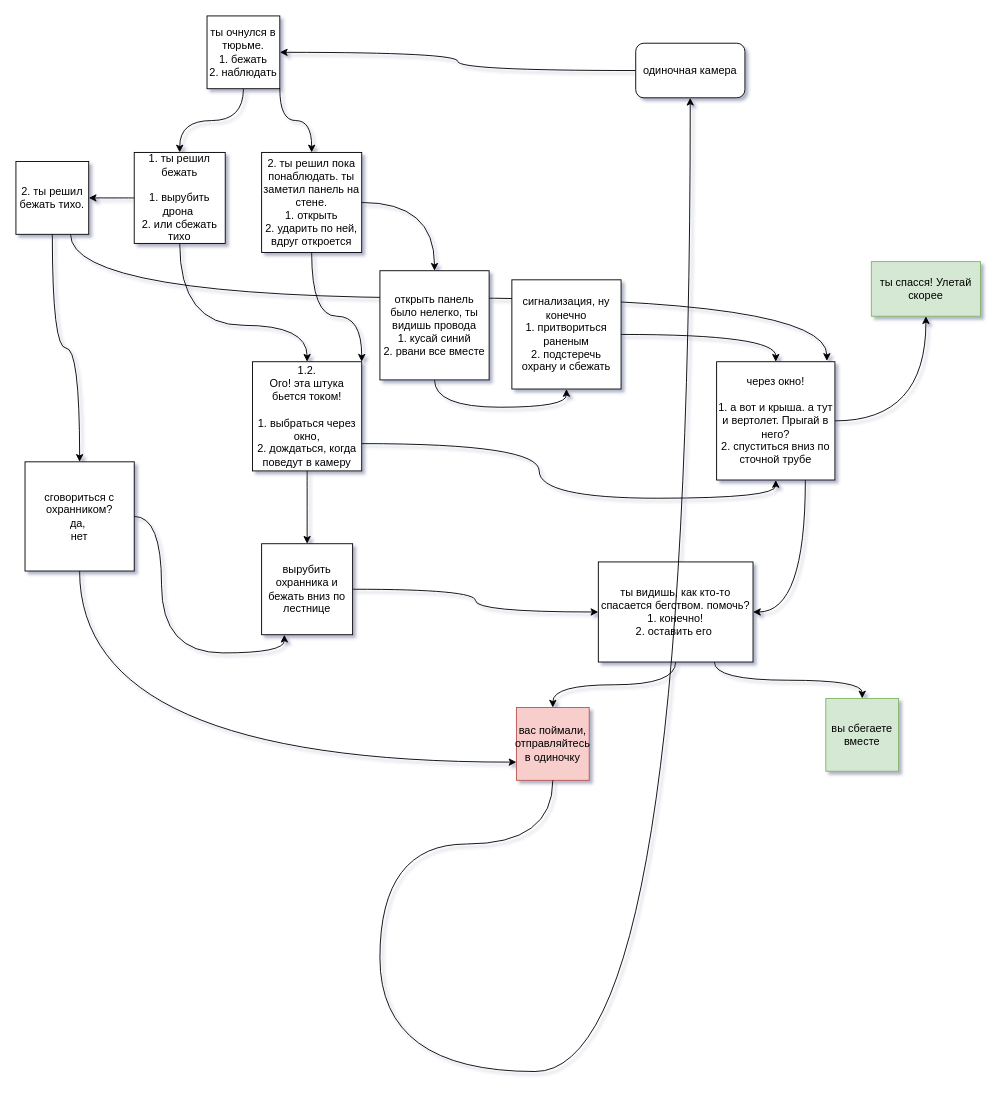
This is Untitled Diagram.drawio from Cogwheeleanna/My-Text-Game, a draw.io file, before an edit. Source tidied: cells renumbered, new cells numbered last; positions are measured from the earlier drawing's top-left corner, leaving out a move shared by most shapes. Both pictures are drawn from the tidied source at 91%, with x=0, y=0 at pixel (15, 15).
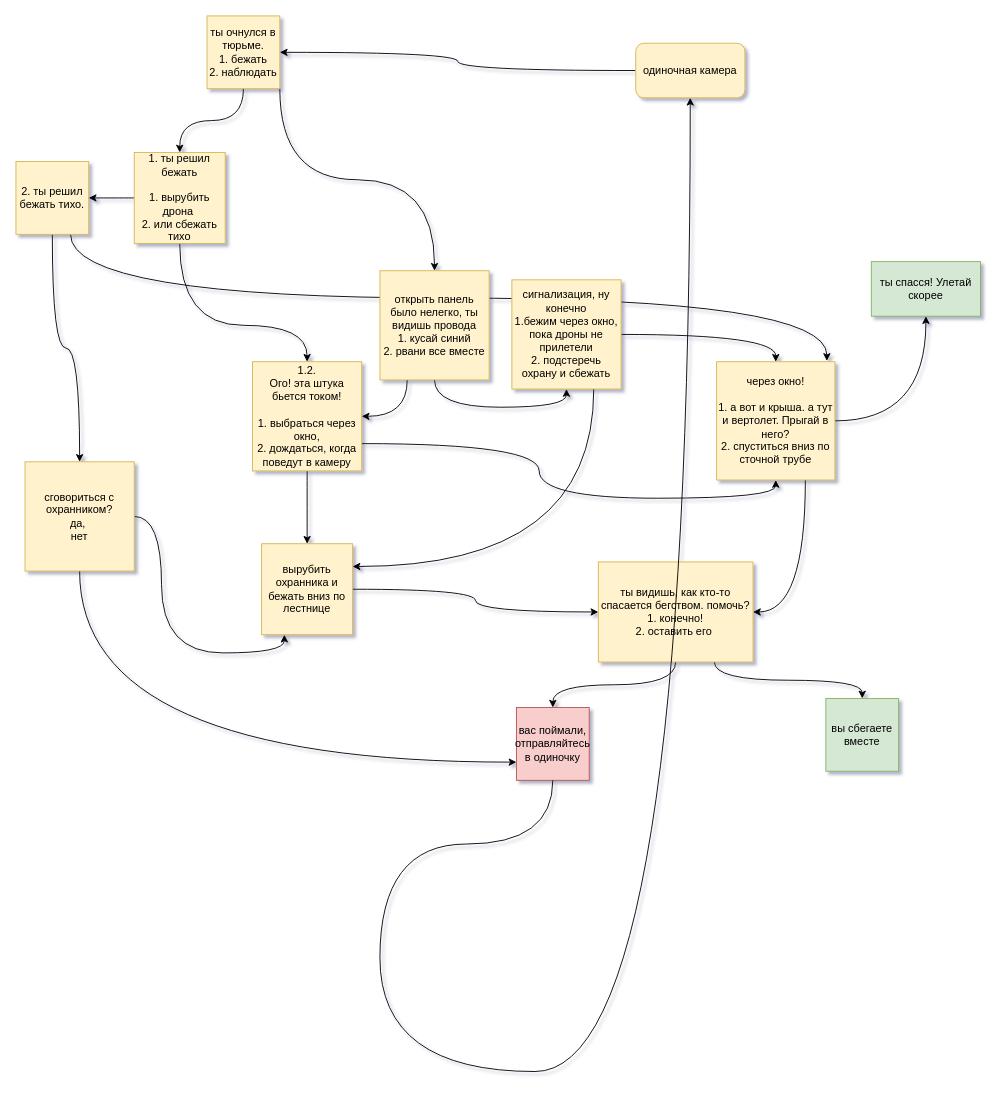
The same diagram, later.

What changed in the source:
```diff
@@
-    <mxCell id="3" style="edgeStyle=orthogonalEdgeStyle;jettySize=auto;html=1;exitX=1;exitY=1;exitDx=0;exitDy=0;curved=1;" parent="1" edge="1" source="4" target="15">
-      <mxGeometry relative="1" as="geometry" />
-    </mxCell>
+    <mxCell id="38" style="edgeStyle=orthogonalEdgeStyle;curved=1;rounded=0;jettySize=auto;html=1;exitX=1;exitY=1;exitDx=0;exitDy=0;" parent="1" edge="1" source="4" target="12">
+      <mxGeometry relative="1" as="geometry" />
+    </mxCell>
-    <mxCell id="4" value="ты очнулся в тюрьме.&lt;br&gt;1. бежать&lt;br&gt;2. наблюдать" style="whiteSpace=wrap;html=1;" parent="1" vertex="1">
+    <mxCell id="4" value="ты очнулся в тюрьме.&lt;br&gt;1. бежать&lt;br&gt;2. наблюдать" style="whiteSpace=wrap;html=1;fillColor=#fff2cc;strokeColor=#d6b656;" parent="1" vertex="1">
       <mxGeometry x="210" width="80" height="80" as="geometry" />
     </mxCell>
@@
-    <mxCell id="7" value="2. ты решил бежать тихо." style="whiteSpace=wrap;html=1;" parent="1" vertex="1">
+    <mxCell id="7" value="2. ты решил бежать тихо." style="whiteSpace=wrap;html=1;fillColor=#fff2cc;strokeColor=#d6b656;" parent="1" vertex="1">
       <mxGeometry y="160" width="80" height="80" as="geometry" />
     </mxCell>
@@
-    <mxCell id="10" value="1. ты решил бежать&lt;br&gt;&lt;br&gt;1. вырубить дрона&amp;nbsp;&lt;br&gt;2. или сбежать тихо" style="whiteSpace=wrap;html=1;" parent="1" vertex="1">
+    <mxCell id="10" value="1. ты решил бежать&lt;br&gt;&lt;br&gt;1. вырубить дрона&amp;nbsp;&lt;br&gt;2. или сбежать тихо" style="whiteSpace=wrap;html=1;fillColor=#fff2cc;strokeColor=#d6b656;" parent="1" vertex="1">
       <mxGeometry x="130" y="150" width="100" height="100" as="geometry" />
     </mxCell>
@@
+    <mxCell id="39" style="edgeStyle=orthogonalEdgeStyle;curved=1;rounded=0;jettySize=auto;html=1;exitX=0.25;exitY=1;exitDx=0;exitDy=0;" parent="1" edge="1" source="12" target="18">
+      <mxGeometry relative="1" as="geometry" />
+    </mxCell>
-    <mxCell id="12" value="открыть панель было нелегко, ты видишь провода&lt;br&gt;1. кусай синий&lt;br&gt;2. рвани все вместе" style="whiteSpace=wrap;html=1;" parent="1" vertex="1">
+    <mxCell id="12" value="открыть панель было нелегко, ты видишь провода&lt;br&gt;1. кусай синий&lt;br&gt;2. рвани все вместе" style="whiteSpace=wrap;html=1;fillColor=#fff2cc;strokeColor=#d6b656;" parent="1" vertex="1">
       <mxGeometry x="400" y="280" width="120" height="120" as="geometry" />
     </mxCell>
-    <mxCell id="13" style="edgeStyle=orthogonalEdgeStyle;jettySize=auto;html=1;exitX=0.5;exitY=1;exitDx=0;exitDy=0;entryX=1;entryY=0;entryDx=0;entryDy=0;curved=1;" parent="1" edge="1" source="15" target="18">
-      <mxGeometry relative="1" as="geometry">
-        <Array as="points">
-          <mxPoint x="325" y="330" />
-          <mxPoint x="380" y="330" />
-        </Array>
-      </mxGeometry>
-    </mxCell>
-    <mxCell id="14" style="edgeStyle=orthogonalEdgeStyle;curved=1;rounded=0;jettySize=auto;html=1;exitX=1;exitY=0.5;exitDx=0;exitDy=0;entryX=0.5;entryY=0;entryDx=0;entryDy=0;" parent="1" edge="1" source="15" target="12">
-      <mxGeometry relative="1" as="geometry" />
-    </mxCell>
-    <mxCell id="15" value="2. ты решил пока понаблюдать. ты заметил панель на стене. &lt;br&gt;1. открыть&lt;br&gt;2. ударить по ней, вдруг откроется" style="whiteSpace=wrap;html=1;" parent="1" vertex="1">
-      <mxGeometry x="270" y="150" width="110" height="110" as="geometry" />
-    </mxCell>
@@
-    <mxCell id="18" value="1.2.&lt;br&gt;Ого! эта штука бьется током!&lt;br&gt;&lt;br&gt;1. выбраться через окно,&lt;br&gt;2. дождаться, когда поведут в камеру" style="whiteSpace=wrap;html=1;" parent="1" vertex="1">
+    <mxCell id="18" value="1.2.&lt;br&gt;Ого! эта штука бьется током!&lt;br&gt;&lt;br&gt;1. выбраться через окно,&lt;br&gt;2. дождаться, когда поведут в камеру" style="whiteSpace=wrap;html=1;fillColor=#fff2cc;strokeColor=#d6b656;" parent="1" vertex="1">
       <mxGeometry x="260" y="380" width="120" height="120" as="geometry" />
     </mxCell>
@@
-    <mxCell id="21" value="сговориться с охранником?&lt;br&gt;да,&amp;nbsp;&lt;br&gt;нет" style="whiteSpace=wrap;html=1;" parent="1" vertex="1">
+    <mxCell id="21" value="сговориться с охранником?&lt;br&gt;да,&amp;nbsp;&lt;br&gt;нет" style="whiteSpace=wrap;html=1;fillColor=#fff2cc;strokeColor=#d6b656;" parent="1" vertex="1">
       <mxGeometry x="10" y="490" width="120" height="120" as="geometry" />
     </mxCell>
@@
+    <mxCell id="40" style="edgeStyle=orthogonalEdgeStyle;curved=1;rounded=0;jettySize=auto;html=1;exitX=0.75;exitY=1;exitDx=0;exitDy=0;entryX=1;entryY=0.25;entryDx=0;entryDy=0;" parent="1" edge="1" source="23" target="25">
+      <mxGeometry relative="1" as="geometry" />
+    </mxCell>
-    <mxCell id="23" value="сигнализация, ну конечно&lt;br&gt;1. притвориться раненым&lt;br&gt;2. подстеречь охрану и сбежать" style="whiteSpace=wrap;html=1;" parent="1" vertex="1">
+    <mxCell id="23" value="сигнализация, ну конечно&lt;br&gt;1.бежим через окно, пока дроны не прилетели&lt;br&gt;2. подстеречь охрану и сбежать" style="whiteSpace=wrap;html=1;fillColor=#fff2cc;strokeColor=#d6b656;" parent="1" vertex="1">
       <mxGeometry x="545" y="290" width="120" height="120" as="geometry" />
     </mxCell>
@@
-    <mxCell id="25" value="вырубить охранника и бежать вниз по лестнице" style="whiteSpace=wrap;html=1;" parent="1" vertex="1">
+    <mxCell id="25" value="вырубить охранника и бежать вниз по лестнице" style="whiteSpace=wrap;html=1;fillColor=#fff2cc;strokeColor=#d6b656;" parent="1" vertex="1">
       <mxGeometry x="270" y="580" width="100" height="100" as="geometry" />
     </mxCell>
@@
-    <mxCell id="28" value="через окно!&lt;br&gt;&lt;br&gt;1. а вот и крыша. а тут и вертолет. Прыгай в него?&lt;br&gt;2. спуститься вниз по сточной трубе" style="whiteSpace=wrap;html=1;" parent="1" vertex="1">
+    <mxCell id="28" value="через окно!&lt;br&gt;&lt;br&gt;1. а вот и крыша. а тут и вертолет. Прыгай в него?&lt;br&gt;2. спуститься вниз по сточной трубе" style="whiteSpace=wrap;html=1;fillColor=#fff2cc;strokeColor=#d6b656;" parent="1" vertex="1">
       <mxGeometry x="770" y="380" width="130" height="130" as="geometry" />
     </mxCell>
@@
-    <mxCell id="31" value="ты видишь, как кто-то спасается бегством. помочь?&lt;br&gt;1. конечно!&lt;br&gt;2. оставить его&amp;nbsp;" style="whiteSpace=wrap;html=1;" parent="1" vertex="1">
+    <mxCell id="31" value="ты видишь, как кто-то спасается бегством. помочь?&lt;br&gt;1. конечно!&lt;br&gt;2. оставить его&amp;nbsp;" style="whiteSpace=wrap;html=1;fillColor=#fff2cc;strokeColor=#d6b656;" parent="1" vertex="1">
       <mxGeometry x="640" y="600" width="170" height="110" as="geometry" />
     </mxCell>
@@
-    <mxCell id="37" value="одиночная камера" style="rounded=1;whiteSpace=wrap;html=1;" parent="1" vertex="1">
+    <mxCell id="37" value="одиночная камера" style="rounded=1;whiteSpace=wrap;html=1;fillColor=#fff2cc;strokeColor=#d6b656;" parent="1" vertex="1">
       <mxGeometry x="681.1" y="30" width="120" height="60" as="geometry" />
     </mxCell>
```
